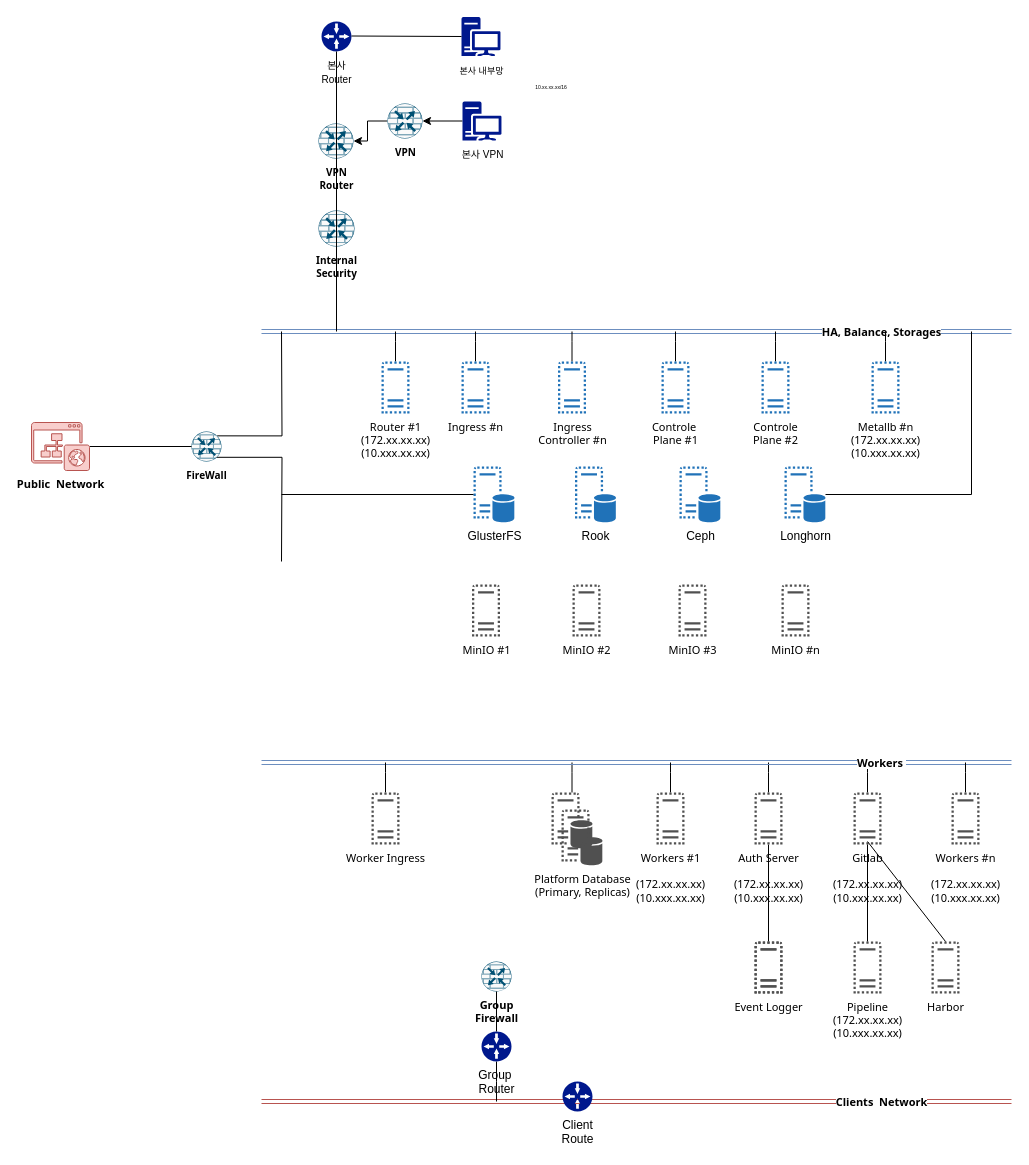
This is 제목 없는 다이어그램.drawio from jammun/shared-design, a draw.io file, before an edit. Source tidied: cells renumbered, new cells numbered last; positions are measured from the earlier drawing's top-left corner, leaving out a move shared by most shapes. Both pictures are drawn from the tidied source at 100%, with x=0, y=0 at pixel (31, 17).
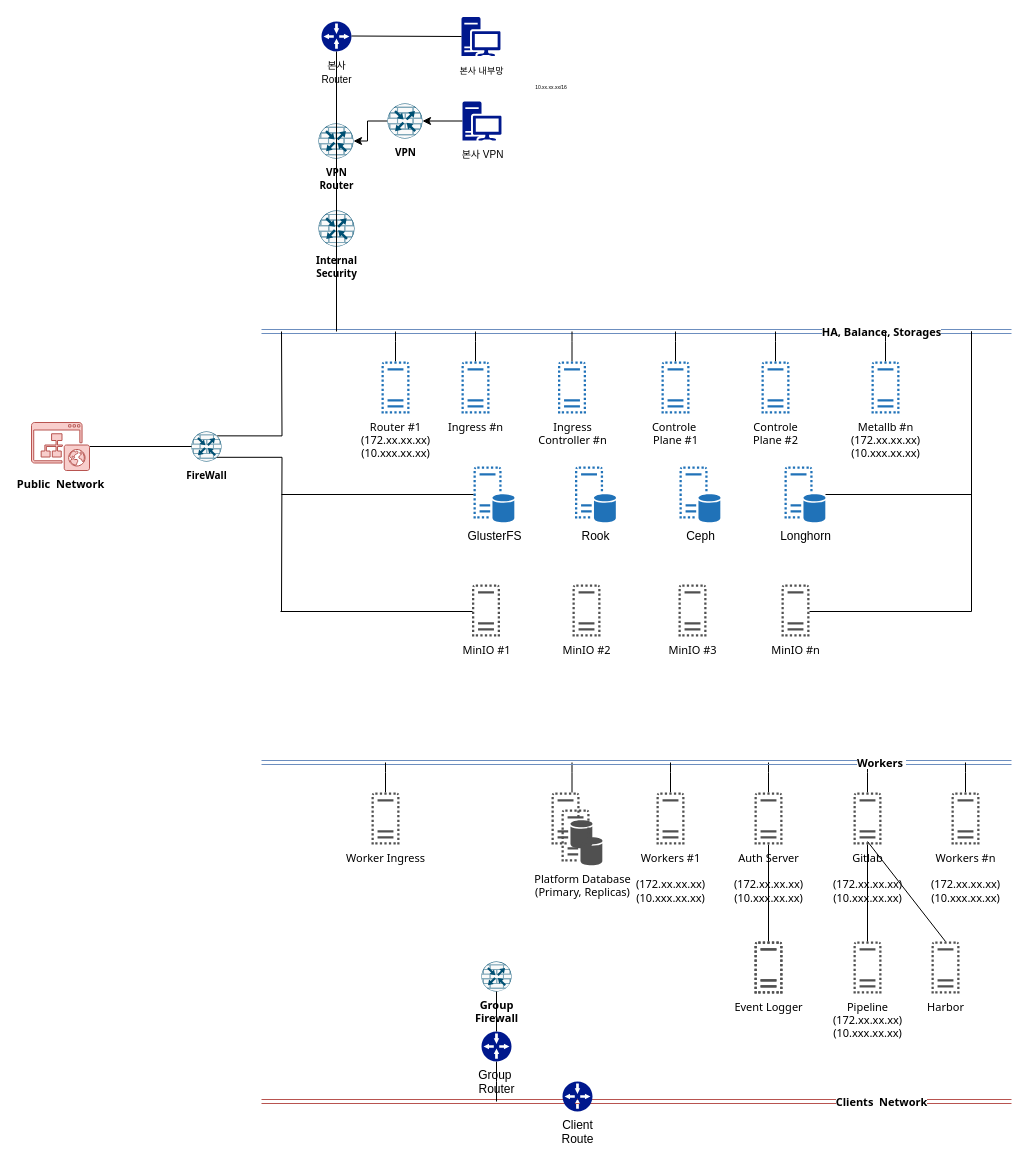
The same diagram, later.

Commit message (it also covers changes not shown here):
제목 없는 다이어그램.drawio 업데이트

The change refers to these unchanged cells:
```xml
<mxCell id="34" value="&lt;font style=&quot;font-size: 10px;&quot;&gt;FireWall&lt;/font&gt;" style="sketch=0;points=[[0.5,0,0],[1,0.5,0],[0.5,1,0],[0,0.5,0],[0.145,0.145,0],[0.8555,0.145,0],[0.855,0.8555,0],[0.145,0.855,0]];verticalLabelPosition=bottom;html=1;verticalAlign=top;align=center;shape=mxgraph.cisco19.rect;prIcon=router_with_firewall;fillColor=#FAFAFA;strokeColor=#005073;fontFamily=Tahoma;fontSize=11;fontStyle=1;" parent="1" vertex="1">
  <mxGeometry x="160" y="414" width="30" height="30" as="geometry" />
</mxCell>
<mxCell id="70" value="MinIO #n" style="sketch=0;shadow=0;dashed=0;html=1;strokeColor=none;fillColor=#505050;labelPosition=center;verticalLabelPosition=bottom;verticalAlign=top;outlineConnect=0;align=center;shape=mxgraph.office.servers.virtual_server;fontFamily=Tahoma;fontSize=11;fontStyle=0;" parent="1" vertex="1">
  <mxGeometry x="750" y="567" width="28" height="52" as="geometry" />
</mxCell>
```

The edit, as a diff of the source:
```diff
@@
     <mxCell id="33" style="edgeStyle=orthogonalEdgeStyle;rounded=0;jettySize=auto;html=1;exitX=0.7;exitY=0.86;exitDx=0;exitDy=0;exitPerimeter=0;fontFamily=Tahoma;fontSize=11;endArrow=none;endFill=0;fontStyle=0;" parent="1" edge="1" source="34">
       <mxGeometry relative="1" as="geometry">
-        <mxPoint x="250" y="544" as="targetPoint" />
+        <mxPoint x="250" y="594" as="targetPoint" />
       </mxGeometry>
     </mxCell>
@@
+    <mxCell id="71" style="endArrow=none;html=1;rounded=0;fontSize=10;" parent="1" edge="1">
+      <mxGeometry relative="1" as="geometry">
+        <mxPoint x="441" y="594" as="sourcePoint" />
+        <mxPoint x="249" y="594" as="targetPoint" />
+      </mxGeometry>
+    </mxCell>
+    <mxCell id="72" style="endArrow=none;html=1;rounded=0;fontSize=10;edgeStyle=orthogonalEdgeStyle;" parent="1" edge="1" target="70">
+      <mxGeometry relative="1" as="geometry">
+        <mxPoint x="940" y="314" as="sourcePoint" />
+        <Array as="points">
+          <mxPoint x="940" y="594" />
+        </Array>
+      </mxGeometry>
+    </mxCell>
```
